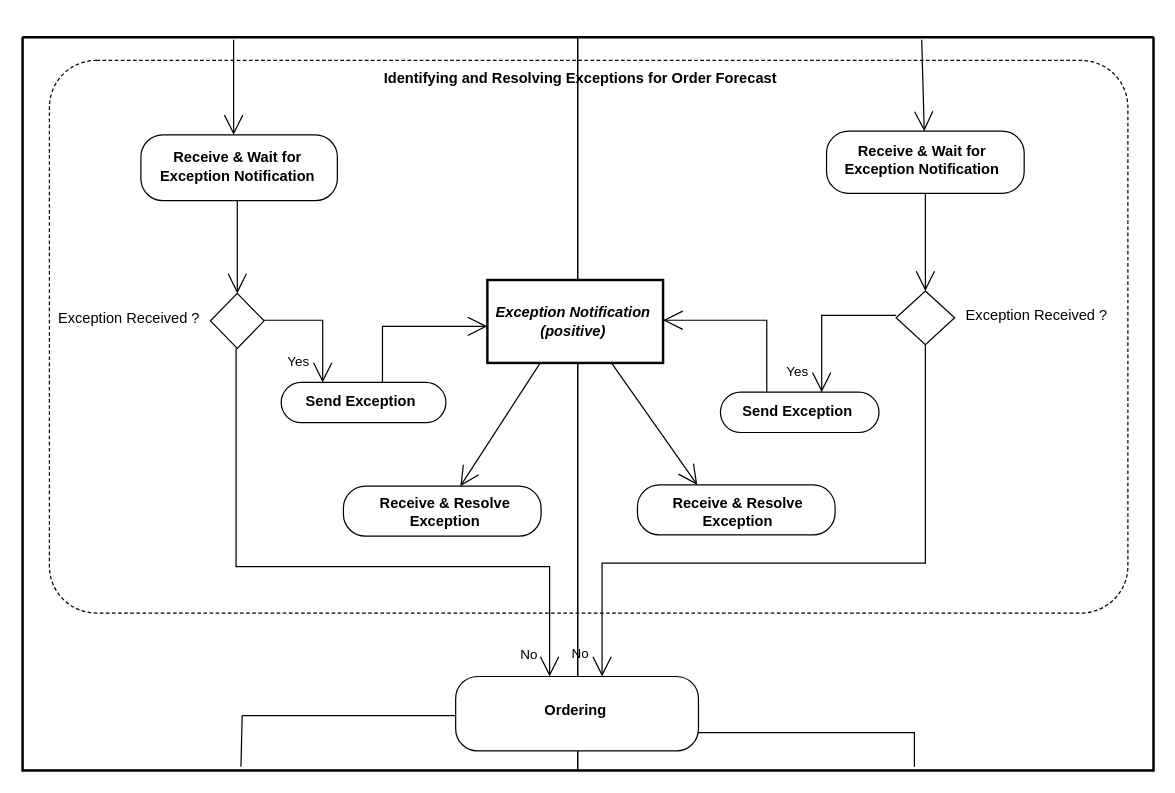
kduvekot/ubl-work-on-svg-images keeps this draw.io diagram as diagrams/UBL-2.2-CPFR-IdentifyResolve/UBL-2.2-CPFR-IdentifyResolve.drawio. Above is the earlier version. Source tidied: cells renumbered, new cells numbered last; positions are measured from the earlier drawing's top-left corner, leaving out a move shared by most shapes. Both pictures are drawn from the tidied source at 122%, with x=0, y=0 at pixel (22, 37).
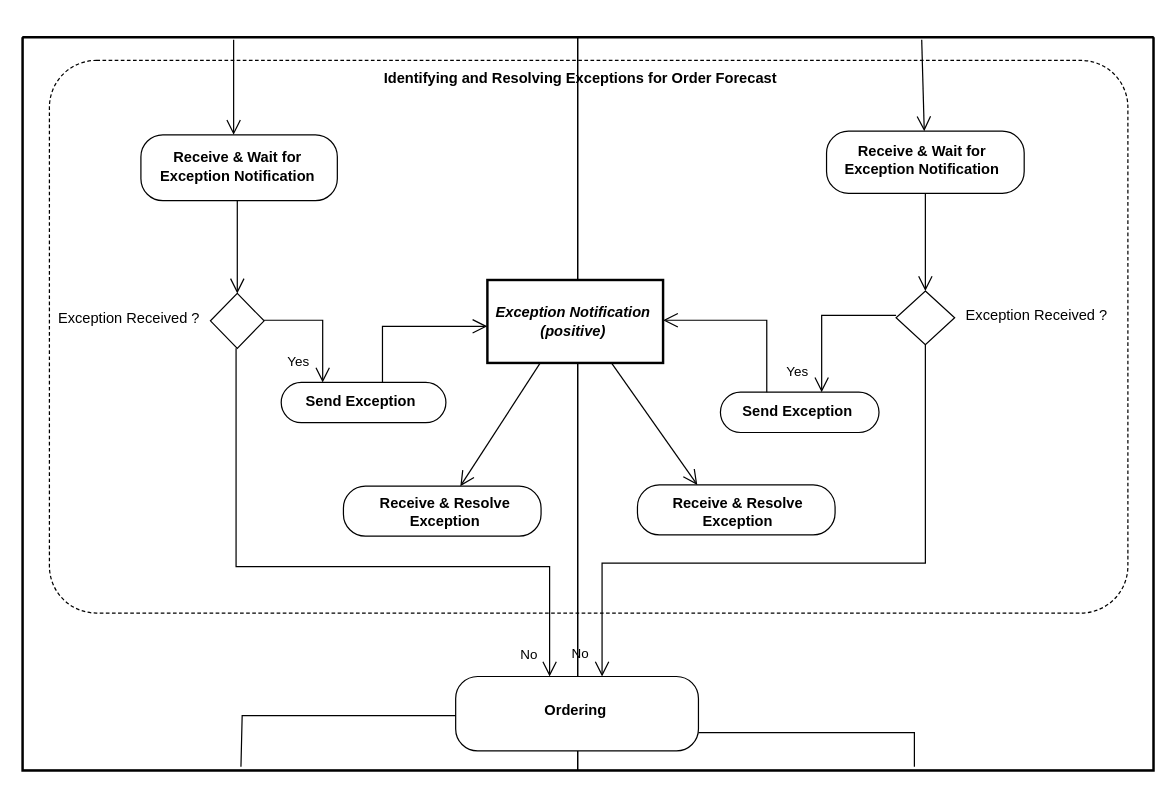
The same page after the edit.

The change refers to these unchanged cells:
```xml
<mxCell id="2" style="swimlane;html=1;startSize=0;whiteSpace=wrap;fillColor=none;strokeWidth=2;" parent="1" vertex="1">
  <mxGeometry width="927" height="601" as="geometry" />
</mxCell>
<mxCell id="4" style="swimlane;horizontal=1;startSize=22;swimlaneLine=0;html=1;fillColor=none;fontStyle=0;spacing=0;spacingRight=2;" parent="2" vertex="1">
  <mxGeometry width="455" height="601" as="geometry" />
</mxCell>
<mxCell id="5" style="swimlane;horizontal=1;startSize=22;swimlaneLine=0;html=1;fillColor=none;fontStyle=0;spacing=0;spacingLeft=1;" parent="2" vertex="1">
  <mxGeometry x="455" width="472" height="601" as="geometry" />
</mxCell>
<mxCell id="6" value="Receive &amp;amp; Wait for&lt;br&gt;Exception Notification" style="rounded=1;absoluteArcSize=1;arcSize=36;html=1;whiteSpace=nowrap;fontStyle=1;align=center;verticalAlign=middle;spacing=0;spacingRight=6;spacingBottom=4;" parent="5" vertex="1">
  <mxGeometry x="204" y="77" width="162" height="51" as="geometry" />
</mxCell>
<mxCell id="7" value="Receive &amp;amp; Wait for&lt;br&gt;Exception Notification" style="rounded=1;absoluteArcSize=1;arcSize=36;html=1;whiteSpace=nowrap;fontStyle=1;align=center;verticalAlign=middle;spacing=0;spacingRight=3;spacingBottom=3;" parent="4" vertex="1">
  <mxGeometry x="97" y="80" width="161" height="54" as="geometry" />
</mxCell>
<mxCell id="8" value="Exception Notification&lt;br&gt;(positive)" style="rounded=0;html=1;whiteSpace=nowrap;fontStyle=3;align=center;verticalAlign=middle;spacing=0;spacingRight=5;spacingBottom=1;strokeWidth=2;" parent="5" vertex="1">
  <mxGeometry x="-74" y="199" width="144" height="68" as="geometry" />
</mxCell>
<mxCell id="9" value="Exception Received ?" style="rhombus;html=1;whiteSpace=nowrap;fontStyle=0;align=center;verticalAlign=middle;spacing=0;spacingLeft=181;spacingBottom=5;" parent="5" vertex="1">
  <mxGeometry x="261" y="208" width="48" height="44" as="geometry" />
</mxCell>
<mxCell id="10" value="Exception Received ?" style="rhombus;html=1;whiteSpace=nowrap;fontStyle=0;align=center;verticalAlign=middle;spacing=0;spacingRight=178;spacingBottom=4;" parent="4" vertex="1">
  <mxGeometry x="154" y="210" width="44" height="45" as="geometry" />
</mxCell>
<mxCell id="11" value="Send Exception" style="rounded=1;absoluteArcSize=1;arcSize=35;html=1;whiteSpace=nowrap;fontStyle=1;align=center;verticalAlign=middle;spacing=0;spacingRight=5;spacingBottom=1;" parent="4" vertex="1">
  <mxGeometry x="212" y="283" width="135" height="33" as="geometry" />
</mxCell>
<mxCell id="12" value="Send Exception" style="rounded=1;absoluteArcSize=1;arcSize=34;html=1;whiteSpace=nowrap;fontStyle=1;align=center;verticalAlign=middle;spacing=0;spacingRight=5;spacingBottom=2;" parent="5" vertex="1">
  <mxGeometry x="117" y="291" width="130" height="33" as="geometry" />
</mxCell>
<mxCell id="13" value="Receive &amp;amp; Resolve&lt;br&gt;Exception" style="rounded=1;absoluteArcSize=1;arcSize=36;html=1;whiteSpace=nowrap;fontStyle=1;align=center;verticalAlign=middle;spacing=0;spacingLeft=2;spacingTop=2;" parent="5" vertex="1">
  <mxGeometry x="49" y="367" width="162" height="41" as="geometry" />
</mxCell>
<mxCell id="14" value="Receive &amp;amp; Resolve&lt;br&gt;Exception" style="rounded=1;absoluteArcSize=1;arcSize=36;html=1;whiteSpace=nowrap;fontStyle=1;align=center;verticalAlign=middle;spacing=0;spacingLeft=4;spacingTop=1;" parent="4" vertex="1">
  <mxGeometry x="263" y="368" width="162" height="41" as="geometry" />
</mxCell>
<mxCell id="15" value="Ordering" style="rounded=1;absoluteArcSize=1;arcSize=36;html=1;whiteSpace=nowrap;fontStyle=1;align=center;verticalAlign=middle;spacing=0;spacingRight=3;spacingBottom=6;" parent="5" vertex="1">
  <mxGeometry x="-100" y="524" width="199" height="61" as="geometry" />
</mxCell>
```

What changed in the source:
```diff
@@
-    <mxCell id="16" style="edgeStyle=none;rounded=0;html=1;endArrow=open;endFill=0;endSize=14;exitX=0.5;exitY=1;exitPerimeter=0;entryX=0.5;entryY=0;entryPerimeter=0;" parent="5" edge="1" source="6" target="9">
+    <mxCell id="16" style="edgeStyle=none;rounded=0;html=1;endArrow=open;endFill=0;endSize=10;exitX=0.5;exitY=1;exitPerimeter=0;entryX=0.5;entryY=0;entryPerimeter=0;" parent="5" edge="1" source="6" target="9">
       <mxGeometry relative="1" as="geometry" />
     </mxCell>
-    <mxCell id="17" style="edgeStyle=none;rounded=0;html=1;endArrow=open;endFill=0;endSize=14;exitPerimeter=0;entryX=0.5;entryY=0;entryPerimeter=0;exitX=0.490683;exitY=1;" parent="4" edge="1" source="7" target="10">
+    <mxCell id="17" style="edgeStyle=none;rounded=0;html=1;endArrow=open;endFill=0;endSize=10;exitPerimeter=0;entryX=0.5;entryY=0;entryPerimeter=0;exitX=0.490683;exitY=1;" parent="4" edge="1" source="7" target="10">
       <mxGeometry relative="1" as="geometry" />
     </mxCell>
-    <mxCell id="18" style="edgeStyle=orthogonalEdgeStyle;rounded=0;html=1;endArrow=open;endFill=0;endSize=14;exitPerimeter=0;entryPerimeter=0;exitX=0.292308;exitY=0;entryX=1;entryY=0.485294;" parent="5" edge="1" source="12" target="8">
+    <mxCell id="18" style="edgeStyle=orthogonalEdgeStyle;rounded=0;html=1;endArrow=open;endFill=0;endSize=10;exitPerimeter=0;entryPerimeter=0;exitX=0.292308;exitY=0;entryX=1;entryY=0.485294;" parent="5" edge="1" source="12" target="8">
       <mxGeometry relative="1" as="geometry">
         <Array as="points">
           <mxPoint x="155" y="232" />
         </Array>
       </mxGeometry>
     </mxCell>
-    <mxCell id="19" value="Yes" style="edgeStyle=orthogonalEdgeStyle;rounded=0;html=1;endArrow=open;endFill=0;endSize=14;exitPerimeter=0;entryPerimeter=0;fontStyle=0;align=center;verticalAlign=middle;labelBackgroundColor=none;exitX=0;exitY=0.454545;entryX=0.638462;entryY=0;" parent="5" edge="1" source="9" target="12">
+    <mxCell id="19" value="Yes" style="edgeStyle=orthogonalEdgeStyle;rounded=0;html=1;endArrow=open;endFill=0;endSize=10;exitPerimeter=0;entryPerimeter=0;fontStyle=0;align=center;verticalAlign=middle;labelBackgroundColor=none;exitX=0;exitY=0.454545;entryX=0.638462;entryY=0;" parent="5" edge="1" source="9" target="12">
       <mxGeometry x="0.72" relative="1" as="geometry">
         <Array as="points">
           <mxPoint x="200" y="228" />
         </Array>
         <mxPoint x="-20" as="offset" />
       </mxGeometry>
     </mxCell>
-    <mxCell id="20" style="edgeStyle=orthogonalEdgeStyle;rounded=0;html=1;endArrow=open;endFill=0;endSize=14;exitPerimeter=0;entryPerimeter=0;exitX=0.614815;exitY=0;entryX=0;entryY=0.558824;" parent="2" edge="1" source="11" target="8">
+    <mxCell id="20" style="edgeStyle=orthogonalEdgeStyle;rounded=0;html=1;endArrow=open;endFill=0;endSize=10;exitPerimeter=0;entryPerimeter=0;exitX=0.614815;exitY=0;entryX=0;entryY=0.558824;" parent="2" edge="1" source="11" target="8">
       <mxGeometry relative="1" as="geometry">
         <Array as="points">
           <mxPoint x="295" y="237" />
         </Array>
       </mxGeometry>
     </mxCell>
-    <mxCell id="21" value="Yes" style="edgeStyle=orthogonalEdgeStyle;rounded=0;html=1;endArrow=open;endFill=0;endSize=14;exitPerimeter=0;entryPerimeter=0;fontStyle=0;align=center;verticalAlign=middle;labelBackgroundColor=none;exitX=1;exitY=0.488889;entryX=0.251852;entryY=0;" parent="4" edge="1" source="10" target="11">
+    <mxCell id="21" value="Yes" style="edgeStyle=orthogonalEdgeStyle;rounded=0;html=1;endArrow=open;endFill=0;endSize=10;exitPerimeter=0;entryPerimeter=0;fontStyle=0;align=center;verticalAlign=middle;labelBackgroundColor=none;exitX=1;exitY=0.488889;entryX=0.251852;entryY=0;" parent="4" edge="1" source="10" target="11">
       <mxGeometry x="0.65" relative="1" as="geometry">
         <Array as="points">
           <mxPoint x="246" y="232" />
         </Array>
         <mxPoint x="-20" as="offset" />
       </mxGeometry>
     </mxCell>
-    <mxCell id="22" value="No" style="edgeStyle=orthogonalEdgeStyle;rounded=0;html=1;endArrow=open;endFill=0;endSize=14;exitPerimeter=0;entryPerimeter=0;fontStyle=0;align=center;verticalAlign=middle;labelBackgroundColor=none;exitX=0.5;exitY=1;entryX=0.603015;entryY=0;" parent="5" edge="1" source="9" target="15">
+    <mxCell id="22" value="No" style="edgeStyle=orthogonalEdgeStyle;rounded=0;html=1;endArrow=open;endFill=0;endSize=10;exitPerimeter=0;entryPerimeter=0;fontStyle=0;align=center;verticalAlign=middle;labelBackgroundColor=none;exitX=0.5;exitY=1;entryX=0.603015;entryY=0;" parent="5" edge="1" source="9" target="15">
       <mxGeometry x="0.93" relative="1" as="geometry">
         <Array as="points">
           <mxPoint x="285" y="431" />
           <mxPoint x="20" y="431" />
         </Array>
         <mxPoint x="-18" as="offset" />
       </mxGeometry>
     </mxCell>
-    <mxCell id="23" value="No" style="edgeStyle=orthogonalEdgeStyle;rounded=0;html=1;endArrow=open;endFill=0;endSize=14;exitPerimeter=0;entryPerimeter=0;fontStyle=0;align=center;verticalAlign=middle;labelBackgroundColor=none;exitX=0.477273;exitY=1;entryX=0.386935;entryY=0;" parent="2" edge="1" source="10" target="15">
+    <mxCell id="23" value="No" style="edgeStyle=orthogonalEdgeStyle;rounded=0;html=1;endArrow=open;endFill=0;endSize=10;exitPerimeter=0;entryPerimeter=0;fontStyle=0;align=center;verticalAlign=middle;labelBackgroundColor=none;exitX=0.477273;exitY=1;entryX=0.386935;entryY=0;" parent="2" edge="1" source="10" target="15">
       <mxGeometry x="0.93" relative="1" as="geometry">
         <Array as="points">
           <mxPoint x="175" y="434" />
           <mxPoint x="432" y="434" />
         </Array>
         <mxPoint x="-17" as="offset" />
       </mxGeometry>
     </mxCell>
-    <mxCell id="24" style="edgeStyle=none;rounded=0;html=1;endArrow=open;endFill=0;endSize=14;exitX=0.301;exitY=1;exitPerimeter=0;entryX=0.5915;entryY=0;entryPerimeter=0;" parent="2" edge="1" source="8" target="14">
+    <mxCell id="24" style="edgeStyle=none;rounded=0;html=1;endArrow=open;endFill=0;endSize=10;exitX=0.301;exitY=1;exitPerimeter=0;entryX=0.5915;entryY=0;entryPerimeter=0;" parent="2" edge="1" source="8" target="14">
       <mxGeometry relative="1" as="geometry" />
     </mxCell>
-    <mxCell id="25" style="edgeStyle=none;rounded=0;html=1;endArrow=open;endFill=0;endSize=14;exitX=0.706;exitY=1;exitPerimeter=0;entryX=0.3028;entryY=0;entryPerimeter=0;" parent="5" edge="1" source="8" target="13">
+    <mxCell id="25" style="edgeStyle=none;rounded=0;html=1;endArrow=open;endFill=0;endSize=10;exitX=0.706;exitY=1;exitPerimeter=0;entryX=0.3028;entryY=0;entryPerimeter=0;" parent="5" edge="1" source="8" target="13">
       <mxGeometry relative="1" as="geometry" />
     </mxCell>
-    <mxCell id="26" style="edgeStyle=none;rounded=0;html=1;endArrow=open;endFill=0;endSize=14;entryPerimeter=0;entryX=0.47205;entryY=0;" parent="4" edge="1" target="7">
+    <mxCell id="26" style="edgeStyle=none;rounded=0;html=1;endArrow=open;endFill=0;endSize=10;entryPerimeter=0;entryX=0.47205;entryY=0;" parent="4" edge="1" target="7">
       <mxGeometry relative="1" as="geometry">
         <mxPoint x="173" y="2" as="sourcePoint" />
       </mxGeometry>
     </mxCell>
-    <mxCell id="27" style="edgeStyle=none;rounded=0;html=1;endArrow=open;endFill=0;endSize=14;entryX=0.4944;entryY=0;entryPerimeter=0;" parent="5" edge="1" target="6">
+    <mxCell id="27" style="edgeStyle=none;rounded=0;html=1;endArrow=open;endFill=0;endSize=10;entryX=0.4944;entryY=0;entryPerimeter=0;" parent="5" edge="1" target="6">
       <mxGeometry relative="1" as="geometry">
         <mxPoint x="282" y="2" as="sourcePoint" />
       </mxGeometry>
     </mxCell>
```
